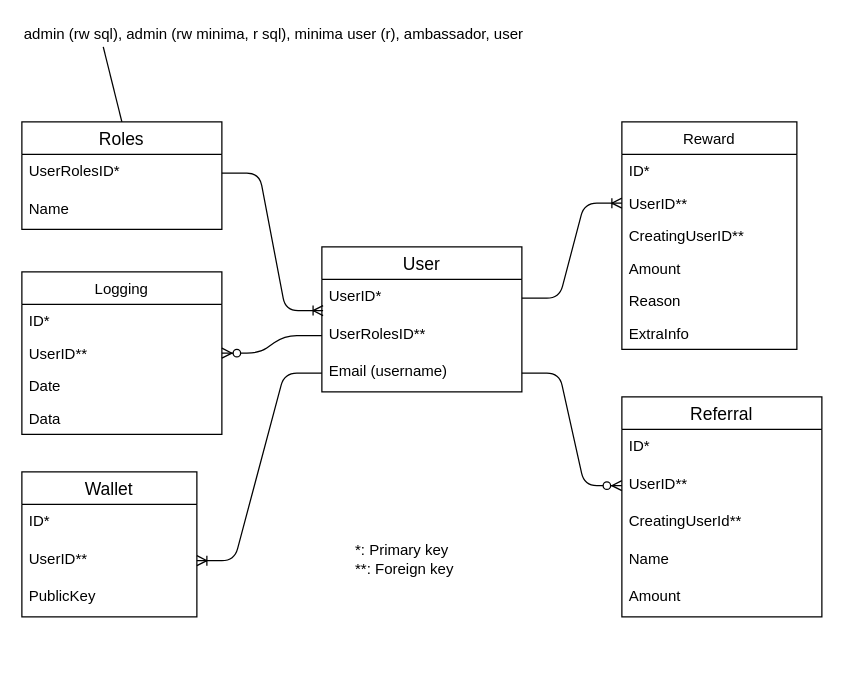
Above: docs/images/dbase.drawio in minima-global/incentivecash (draw.io), before the change. Source tidied: cells renumbered, new cells numbered last; positions are measured from the earlier drawing's top-left corner, leaving out a move shared by most shapes. Both pictures are drawn from the tidied source at 125%, with x=0, y=0 at pixel (21, 21).
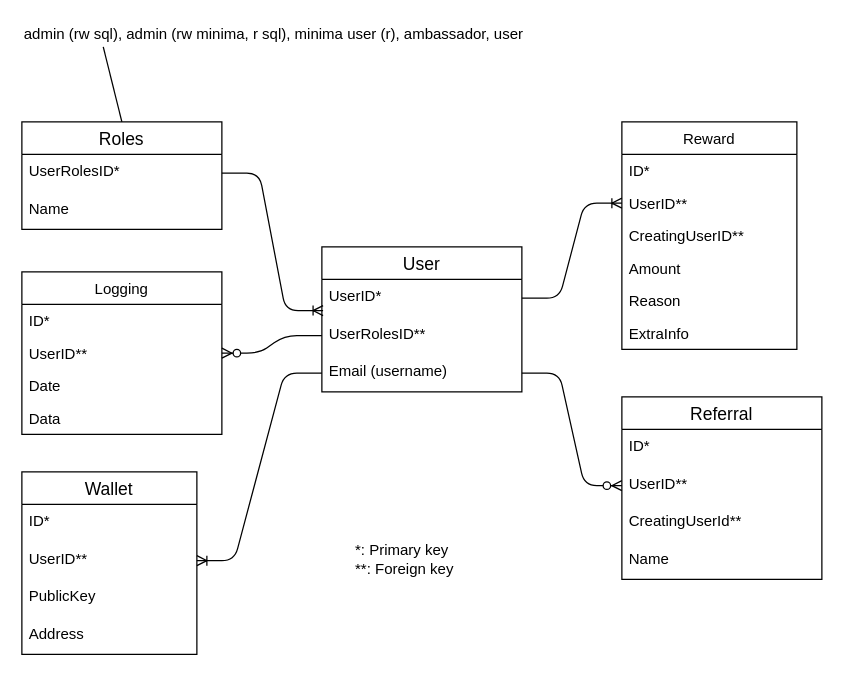
After the change.

Commit message (it also covers changes not shown here):
dbase tweak

Diff of the diagram source:
```diff
@@
     <mxCell id="23" value="Referral" style="swimlane;fontStyle=0;horizontal=1;startSize=26;align=center;fontSize=14;" parent="1" vertex="1">
-      <mxGeometry x="480" y="300" width="160" height="176" as="geometry" />
+      <mxGeometry x="480" y="300" width="160" height="146" as="geometry" />
     </mxCell>
@@
-    <mxCell id="28" value="Amount" style="text;strokeColor=none;fillColor=none;spacingLeft=4;spacingRight=4;overflow=hidden;fontSize=12;" parent="23" vertex="1">
-      <mxGeometry y="146" width="160" height="30" as="geometry" />
-    </mxCell>
@@
     <mxCell id="34" value="Wallet" style="swimlane;fontStyle=0;horizontal=1;startSize=26;align=center;fontSize=14;" parent="1" vertex="1">
-      <mxGeometry y="360" width="140" height="116" as="geometry" />
+      <mxGeometry y="360" width="140" height="146" as="geometry" />
     </mxCell>
@@
+    <mxCell id="40" value="Address" style="text;strokeColor=none;fillColor=none;spacingLeft=4;spacingRight=4;overflow=hidden;fontSize=12;" parent="34" vertex="1">
+      <mxGeometry y="116" width="140" height="30" as="geometry" />
+    </mxCell>
```
